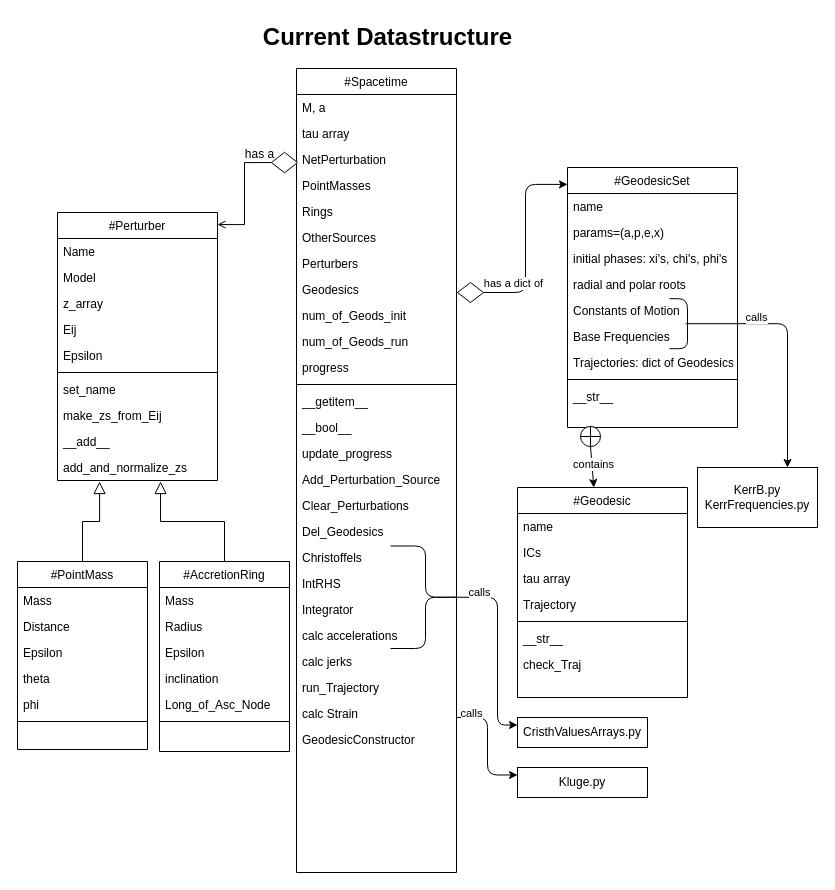
jrivest3/Static_Tidal_Pert_Kerr keeps this draw.io diagram as Class.drawio. Above is the earlier version. Source tidied: cells renumbered, new cells numbered last; positions are measured from the earlier drawing's top-left corner, leaving out a move shared by most shapes. Both pictures are drawn from the tidied source at 100%, with x=0, y=0 at pixel (17, 17).
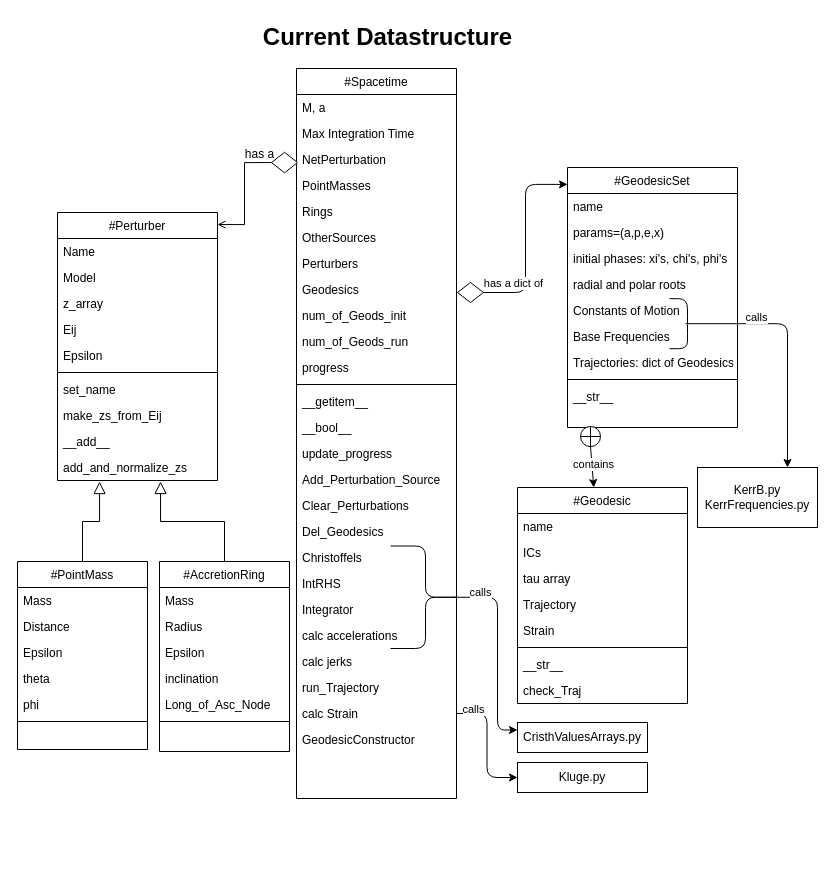
Above is the later version.

The change refers to these unchanged cells:
```xml
<mxCell id="57" style="group;" parent="1" vertex="1">
  <mxGeometry x="255" y="51" width="254" height="762" as="geometry" />
</mxCell>
<mxCell id="83" value="calc Strain" style="text;align=left;verticalAlign=top;spacingLeft=4;spacingRight=4;overflow=hidden;points=[[0,0.5],[1,0.5]];portConstraint=eastwest;" parent="58" vertex="1">
  <mxGeometry y="632" width="160" height="26" as="geometry" />
</mxCell>
<mxCell id="89" style="shape=curlyBracket;whiteSpace=wrap;html=1;rounded=1;flipH=1;labelPosition=right;verticalLabelPosition=middle;align=left;verticalAlign=middle;" parent="57" vertex="1">
  <mxGeometry x="118" y="477.5" width="70" height="102.5" as="geometry" />
</mxCell>
```

Diff of the diagram source:
```diff
@@
     <mxCell id="36" value="#Geodesic" style="swimlane;fontStyle=0;align=center;verticalAlign=top;horizontal=1;startSize=26;rounded=0;shadow=0;strokeWidth=1;" parent="1" vertex="1">
-      <mxGeometry x="500" y="470" width="170" height="210" as="geometry" />
+      <mxGeometry x="500" y="470" width="170" height="216" as="geometry" />
     </mxCell>
@@
+    <mxCell id="97" value="Strain" style="text;align=left;verticalAlign=top;spacingLeft=4;spacingRight=4;overflow=hidden;rounded=0;shadow=0;html=0;" parent="36" vertex="1">
+      <mxGeometry y="130" width="170" height="26" as="geometry" />
+    </mxCell>
     <mxCell id="41" style="line;html=1;strokeWidth=1;align=left;verticalAlign=middle;spacingTop=-1;spacingLeft=3;spacingRight=3;labelPosition=right;" parent="36" vertex="1">
-      <mxGeometry y="130" width="170" height="8" as="geometry" />
+      <mxGeometry y="156" width="170" height="8" as="geometry" />
     </mxCell>
     <mxCell id="42" value="__str__" style="text;align=left;verticalAlign=top;spacingLeft=4;spacingRight=4;overflow=hidden;" parent="36" vertex="1">
-      <mxGeometry y="138" width="170" height="26" as="geometry" />
+      <mxGeometry y="164" width="170" height="26" as="geometry" />
     </mxCell>
     <mxCell id="43" value="check_Traj" style="text;align=left;verticalAlign=top;spacingLeft=4;spacingRight=4;overflow=hidden;" parent="36" vertex="1">
-      <mxGeometry y="164" width="170" height="26" as="geometry" />
+      <mxGeometry y="190" width="170" height="26" as="geometry" />
     </mxCell>
@@
     <mxCell id="58" value="#Spacetime" style="swimlane;fontStyle=0;align=center;verticalAlign=top;horizontal=1;startSize=26;rounded=0;shadow=0;strokeWidth=1;" parent="57" vertex="1">
-      <mxGeometry x="24" width="160" height="804" as="geometry" />
+      <mxGeometry x="24" width="160" height="730" as="geometry" />
     </mxCell>
@@
-    <mxCell id="60" value="tau array" style="text;align=left;verticalAlign=top;spacingLeft=4;spacingRight=4;overflow=hidden;rounded=0;shadow=0;html=0;" parent="58" vertex="1">
+    <mxCell id="60" value="Max Integration Time" style="text;align=left;verticalAlign=top;spacingLeft=4;spacingRight=4;overflow=hidden;rounded=0;shadow=0;html=0;" parent="58" vertex="1">
       <mxGeometry y="52" width="160" height="26" as="geometry" />
     </mxCell>
@@
     <mxCell id="91" style="edgeStyle=orthogonalEdgeStyle;html=1;entryX=0;entryY=0.25;entryDx=0;entryDy=0;startArrow=none;exitX=0.1;exitY=0.5;exitDx=0;exitDy=0;exitPerimeter=0;" parent="1" edge="1" source="89" target="93">
       <mxGeometry relative="1" as="geometry">
         <Array as="points">
-          <mxPoint x="480" y="579" />
-          <mxPoint x="480" y="707" />
+          <mxPoint x="480" y="580" />
+          <mxPoint x="480" y="713" />
         </Array>
       </mxGeometry>
     </mxCell>
@@
     <mxCell id="93" value="CristhValuesArrays.py" style="whiteSpace=wrap;html=1;" parent="1" vertex="1">
-      <mxGeometry x="500" y="700" width="130" height="30" as="geometry" />
+      <mxGeometry x="500" y="705" width="130" height="30" as="geometry" />
     </mxCell>
-    <mxCell id="94" style="edgeStyle=orthogonalEdgeStyle;html=1;entryX=0;entryY=0.25;entryDx=0;entryDy=0;startArrow=none;" parent="1" edge="1" source="83" target="96">
-      <mxGeometry relative="1" as="geometry">
-        <Array as="points">
-          <mxPoint x="470" y="700" />
-          <mxPoint x="470" y="757" />
-        </Array>
-      </mxGeometry>
+    <mxCell id="94" style="edgeStyle=orthogonalEdgeStyle;html=1;entryX=0;entryY=0.5;entryDx=0;entryDy=0;startArrow=none;" parent="1" edge="1" source="83" target="96">
+      <mxGeometry relative="1" as="geometry" />
     </mxCell>
@@
     <mxCell id="96" value="Kluge.py" style="whiteSpace=wrap;html=1;" parent="1" vertex="1">
-      <mxGeometry x="500" y="750" width="130" height="30" as="geometry" />
+      <mxGeometry x="500" y="745" width="130" height="30" as="geometry" />
     </mxCell>
```
